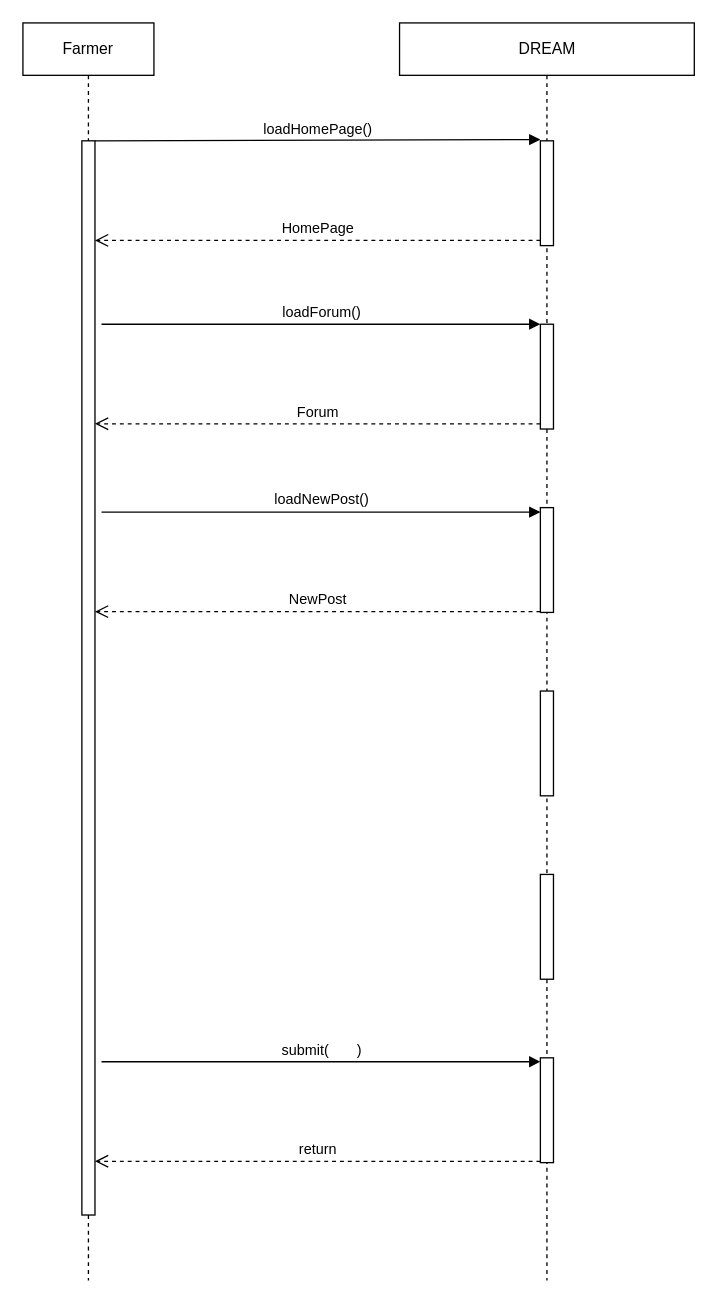
The draw.io diagram page "FarmerCreateNewPost" (9 of 13) of RASD/diagrams/Sequence Diagram.drawio in ictar/DREAM-SE2-Project-2022, before the edit. Source tidied: cells renumbered, new cells numbered last; positions are measured from the earlier drawing's top-left corner, leaving out a move shared by most shapes. Both pictures are drawn from the tidied source at 131%, with x=0, y=0 at pixel (22, 22).
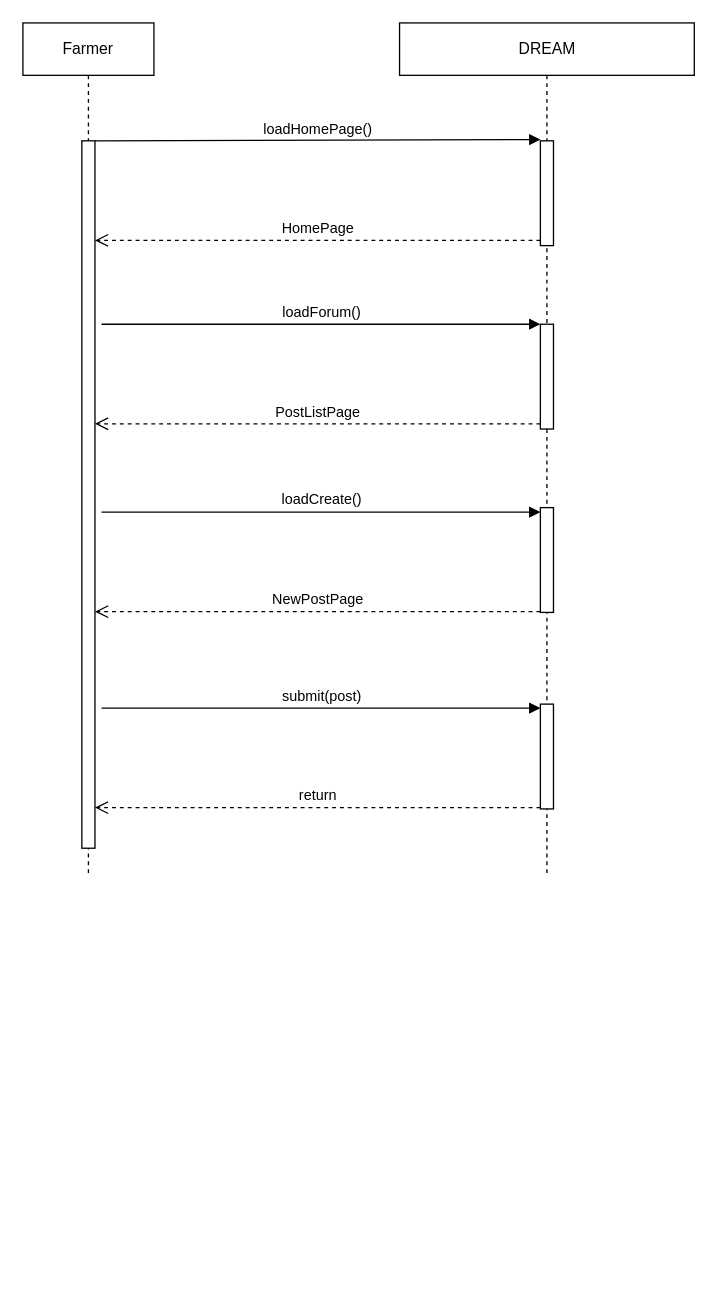
The same diagram, later.

Unchanged cells that the change refers to:
```xml
<mxCell id="14" style="html=1;points=[];perimeter=orthogonalPerimeter;" parent="1" vertex="1">
  <mxGeometry x="395" y="230" width="10" height="80" as="geometry" />
</mxCell>
```

Change to the diagram source:
```diff
@@
     <mxCell id="2" value="Farmer" style="shape=umlLifeline;perimeter=lifelinePerimeter;whiteSpace=wrap;html=1;" parent="1" vertex="1">
-      <mxGeometry width="100" height="960" as="geometry" />
+      <mxGeometry width="100" height="650" as="geometry" />
     </mxCell>
     <mxCell id="3" value="DREAM" style="shape=umlLifeline;perimeter=lifelinePerimeter;whiteSpace=wrap;html=1;" parent="1" vertex="1">
-      <mxGeometry x="287.5" width="225" height="960" as="geometry" />
+      <mxGeometry x="287.5" width="225" height="650" as="geometry" />
     </mxCell>
@@
-    <mxCell id="7" value="Forum" style="html=1;verticalAlign=bottom;endArrow=open;dashed=1;endSize=8;exitX=0;exitY=0.95;rounded=0;" parent="1" edge="1" source="14">
+    <mxCell id="7" value="PostListPage" style="html=1;verticalAlign=bottom;endArrow=open;dashed=1;endSize=8;exitX=0;exitY=0.95;rounded=0;" parent="1" edge="1" source="14">
       <mxGeometry relative="1" as="geometry">
         <mxPoint x="55" y="306" as="targetPoint" />
       </mxGeometry>
     </mxCell>
@@
-    <mxCell id="9" value="NewPost" style="html=1;verticalAlign=bottom;endArrow=open;dashed=1;endSize=8;exitX=0;exitY=0.95;rounded=0;" parent="1" edge="1">
+    <mxCell id="9" value="NewPostPage" style="html=1;verticalAlign=bottom;endArrow=open;dashed=1;endSize=8;exitX=0;exitY=0.95;rounded=0;" parent="1" edge="1">
       <mxGeometry relative="1" as="geometry">
         <mxPoint x="395" y="449.4" as="sourcePoint" />
         <mxPoint x="55" y="449.4" as="targetPoint" />
       </mxGeometry>
     </mxCell>
-    <mxCell id="10" value="loadNewPost()" style="html=1;verticalAlign=bottom;endArrow=block;entryX=0;entryY=0;rounded=0;" parent="1" edge="1">
+    <mxCell id="10" value="loadCreate()" style="html=1;verticalAlign=bottom;endArrow=block;entryX=0;entryY=0;rounded=0;" parent="1" edge="1">
       <mxGeometry relative="1" as="geometry">
         <mxPoint x="60" y="373.4" as="sourcePoint" />
         <mxPoint x="395" y="373.4" as="targetPoint" />
       </mxGeometry>
     </mxCell>
     <mxCell id="11" value="return" style="html=1;verticalAlign=bottom;endArrow=open;dashed=1;endSize=8;exitX=0;exitY=0.95;rounded=0;" parent="1" edge="1">
       <mxGeometry relative="1" as="geometry">
-        <mxPoint x="395" y="869" as="sourcePoint" />
-        <mxPoint x="55" y="869" as="targetPoint" />
+        <mxPoint x="395" y="599" as="sourcePoint" />
+        <mxPoint x="55" y="599" as="targetPoint" />
       </mxGeometry>
     </mxCell>
-    <mxCell id="12" value="submit(&amp;nbsp; &amp;nbsp; &amp;nbsp; &amp;nbsp;)" style="html=1;verticalAlign=bottom;endArrow=block;entryX=0;entryY=0;rounded=0;" parent="1" edge="1">
+    <mxCell id="12" value="submit(post)" style="html=1;verticalAlign=bottom;endArrow=block;entryX=0;entryY=0;rounded=0;" parent="1" edge="1">
       <mxGeometry relative="1" as="geometry">
-        <mxPoint x="60" y="793" as="sourcePoint" />
-        <mxPoint x="395" y="793" as="targetPoint" />
+        <mxPoint x="60" y="523" as="sourcePoint" />
+        <mxPoint x="395" y="523" as="targetPoint" />
       </mxGeometry>
     </mxCell>
@@
-    <mxCell id="15" style="html=1;perimeter=orthogonalPerimeter;" parent="1" vertex="1">
-      <mxGeometry x="395" y="510" width="10" height="80" as="geometry" />
-    </mxCell>
-    <mxCell id="16" style="html=1;perimeter=orthogonalPerimeter;" parent="1" vertex="1">
-      <mxGeometry x="395" y="650" width="10" height="80" as="geometry" />
-    </mxCell>
     <mxCell id="17" style="html=1;perimeter=orthogonalPerimeter;" parent="1" vertex="1">
-      <mxGeometry x="395" y="790" width="10" height="80" as="geometry" />
+      <mxGeometry x="395" y="520" width="10" height="80" as="geometry" />
     </mxCell>
     <mxCell id="18" style="html=1;perimeter=orthogonalPerimeter;" parent="1" vertex="1">
-      <mxGeometry x="45" y="90" width="10" height="820" as="geometry" />
+      <mxGeometry x="45" y="90" width="10" height="540" as="geometry" />
     </mxCell>
```
